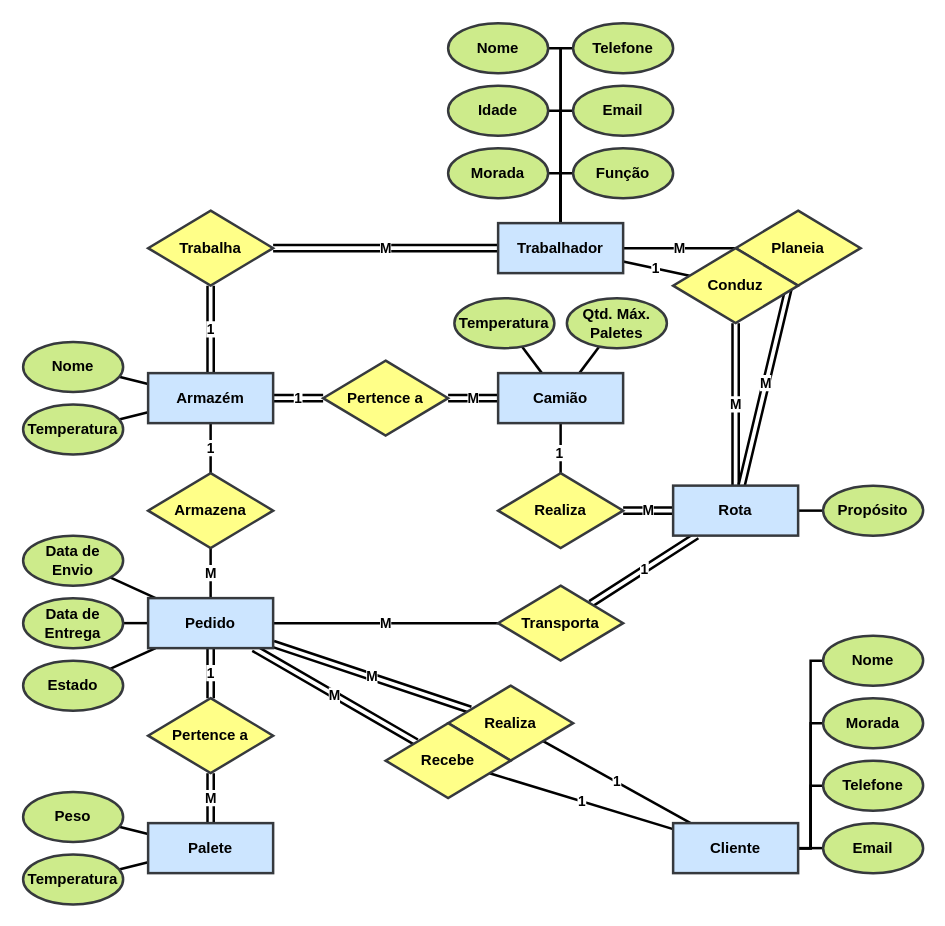
Before: page "Diagrama ER (Chen)" (2 of 3) of Diagramas/diagramas.drawio in VicLourenco40/dwdm-sql-logistica, a draw.io diagram. Source tidied: cells renumbered, new cells numbered last; positions are measured from the earlier drawing's top-left corner, leaving out a move shared by most shapes. Both pictures are drawn from the tidied source at 125%, with x=0, y=0 at pixel (22, 22).
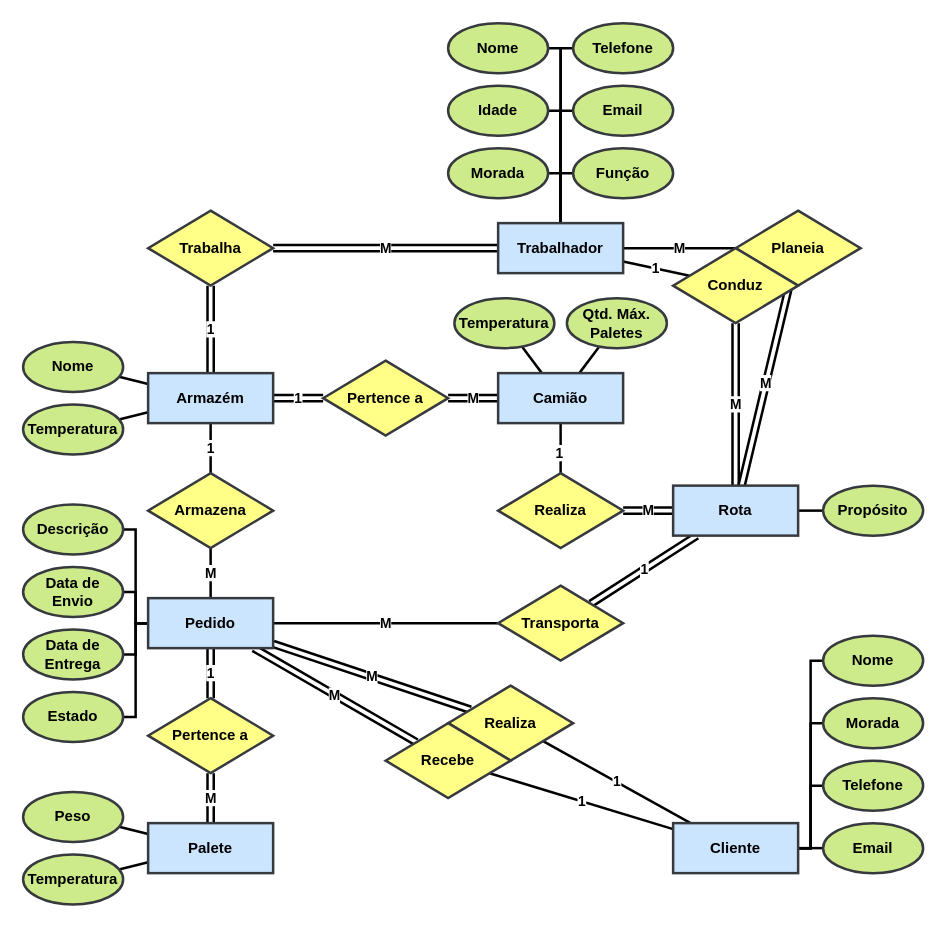
After the change.

Commit message (it also covers changes not shown here):
Adicionar descrição ao pedido

The change refers to these unchanged cells:
```xml
<mxCell id="48" value="Pedido" style="whiteSpace=wrap;html=1;align=center;fillColor=#cce5ff;strokeColor=#36393d;fontStyle=1;labelBorderColor=none;strokeWidth=2;" parent="1" vertex="1">
  <mxGeometry x="100" y="460" width="100" height="40" as="geometry" />
</mxCell>
```

What changed in the source:
```diff
@@
+    <mxCell id="80" style="edgeStyle=elbowEdgeStyle;rounded=0;jettySize=auto;html=1;strokeWidth=2;endArrow=none;endFill=0;" parent="1" edge="1" source="48" target="49">
+      <mxGeometry relative="1" as="geometry" />
+    </mxCell>
+    <mxCell id="81" style="edgeStyle=elbowEdgeStyle;rounded=0;jettySize=auto;html=1;strokeWidth=2;endArrow=none;endFill=0;" parent="1" edge="1" source="48" target="50">
+      <mxGeometry relative="1" as="geometry" />
+    </mxCell>
+    <mxCell id="82" style="edgeStyle=elbowEdgeStyle;rounded=0;jettySize=auto;html=1;strokeWidth=2;endArrow=none;endFill=0;" parent="1" edge="1" source="48" target="84">
+      <mxGeometry relative="1" as="geometry" />
+    </mxCell>
+    <mxCell id="83" style="edgeStyle=elbowEdgeStyle;rounded=0;jettySize=auto;html=1;strokeWidth=2;endArrow=none;endFill=0;" parent="1" edge="1" source="48" target="78">
+      <mxGeometry relative="1" as="geometry" />
+    </mxCell>
@@
-    <mxCell id="13" style="rounded=0;jettySize=auto;html=1;endArrow=none;endFill=0;fontStyle=1;labelBorderColor=none;strokeWidth=2;" parent="1" edge="1" source="49" target="48">
-      <mxGeometry relative="1" as="geometry" />
-    </mxCell>
-    <mxCell id="14" style="rounded=0;jettySize=auto;html=1;endArrow=none;endFill=0;fontStyle=1;labelBorderColor=none;strokeWidth=2;" parent="1" edge="1" source="50" target="48">
-      <mxGeometry relative="1" as="geometry" />
-    </mxCell>
@@
-    <mxCell id="42" style="rounded=0;jettySize=auto;html=1;endArrow=none;endFill=0;fontStyle=1;labelBorderColor=none;strokeWidth=2;" parent="1" edge="1" source="78" target="48">
-      <mxGeometry relative="1" as="geometry" />
-    </mxCell>
@@
     <mxCell id="49" value="&lt;div&gt;Data de&lt;/div&gt;&lt;div&gt;Envio&lt;/div&gt;" style="ellipse;whiteSpace=wrap;html=1;align=center;fillColor=#cdeb8b;strokeColor=#36393d;fontStyle=1;labelBorderColor=none;strokeWidth=2;" parent="1" vertex="1">
-      <mxGeometry y="410" width="80" height="40" as="geometry" />
+      <mxGeometry y="435" width="80" height="40" as="geometry" />
     </mxCell>
     <mxCell id="50" value="Data de Entrega" style="ellipse;whiteSpace=wrap;html=1;align=center;fillColor=#cdeb8b;strokeColor=#36393d;fontStyle=1;labelBorderColor=none;strokeWidth=2;" parent="1" vertex="1">
-      <mxGeometry y="460" width="80" height="40" as="geometry" />
+      <mxGeometry y="485" width="80" height="40" as="geometry" />
     </mxCell>
@@
     <mxCell id="78" value="Estado" style="ellipse;whiteSpace=wrap;html=1;align=center;fillColor=#cdeb8b;strokeColor=#36393d;fontStyle=1;labelBorderColor=none;strokeWidth=2;" parent="1" vertex="1">
-      <mxGeometry y="510" width="80" height="40" as="geometry" />
+      <mxGeometry y="535" width="80" height="40" as="geometry" />
     </mxCell>
@@
+    <mxCell id="84" value="Descrição" style="ellipse;whiteSpace=wrap;html=1;align=center;fillColor=#cdeb8b;strokeColor=#36393d;fontStyle=1;labelBorderColor=none;strokeWidth=2;" parent="1" vertex="1">
+      <mxGeometry y="385" width="80" height="40" as="geometry" />
+    </mxCell>
```
